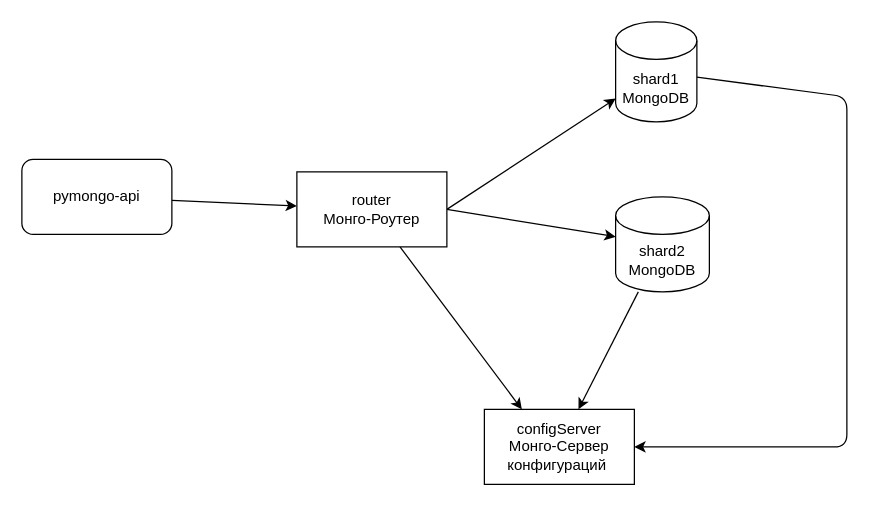
Before: diagramms/1 sharding.drawio in theotheo/yandex-software-architecture-sprint-2, a draw.io diagram. Source tidied: cells renumbered, new cells numbered last; positions are measured from the earlier drawing's top-left corner, leaving out a move shared by most shapes. Both pictures are drawn from the tidied source at 125%, with x=0, y=0 at pixel (21, 21).
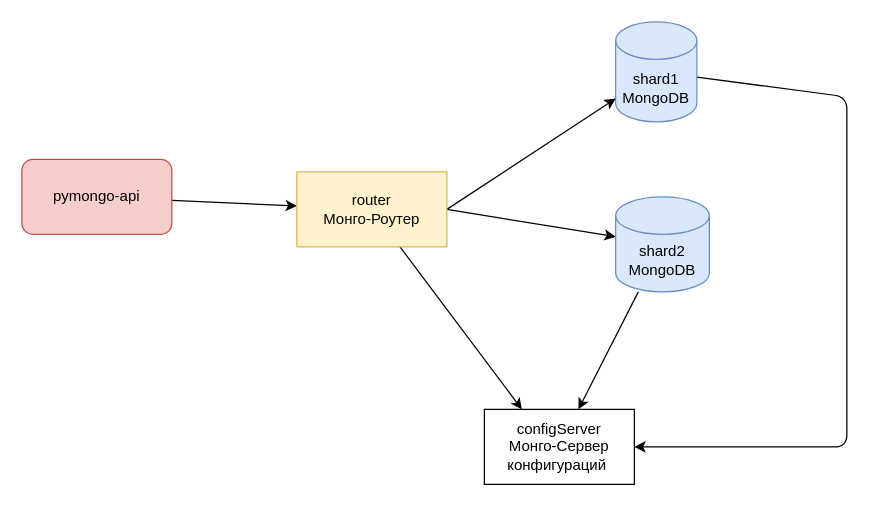
After the change.

Diff of the diagram source:
```diff
@@
 <mxGraphModel>
   <root>
     <mxCell id="0" />
     <mxCell id="1" parent="0" />
     <mxCell id="2" style="edgeStyle=none;html=1;strokeColor=default;" parent="1" edge="1" source="3" target="12">
       <mxGeometry relative="1" as="geometry">
         <Array as="points">
           <mxPoint x="660" y="60" />
           <mxPoint x="660" y="340" />
         </Array>
       </mxGeometry>
     </mxCell>
-    <mxCell id="3" value="shard1 MongoDB" style="shape=cylinder3;whiteSpace=wrap;html=1;boundedLbl=1;backgroundOutline=1;size=15;" parent="1" vertex="1">
+    <mxCell id="3" value="shard1 MongoDB" style="shape=cylinder3;whiteSpace=wrap;html=1;boundedLbl=1;backgroundOutline=1;size=15;fillColor=#dae8fc;strokeColor=#6c8ebf;" parent="1" vertex="1">
       <mxGeometry x="475" width="65" height="80" as="geometry" />
     </mxCell>
     <mxCell id="4" style="edgeStyle=none;html=1;" parent="1" edge="1" source="5" target="9">
       <mxGeometry relative="1" as="geometry" />
     </mxCell>
-    <mxCell id="5" value="pymongo-api" style="rounded=1;whiteSpace=wrap;html=1;" parent="1" vertex="1">
+    <mxCell id="5" value="pymongo-api" style="rounded=1;whiteSpace=wrap;html=1;fillColor=#f8cecc;strokeColor=#b85450;" parent="1" vertex="1">
       <mxGeometry y="110" width="120" height="60" as="geometry" />
     </mxCell>
     <mxCell id="6" style="edgeStyle=none;html=1;exitX=1;exitY=0.5;exitDx=0;exitDy=0;" parent="1" edge="1" source="9" target="3">
       <mxGeometry relative="1" as="geometry" />
     </mxCell>
     <mxCell id="7" style="edgeStyle=none;html=1;exitX=1;exitY=0.5;exitDx=0;exitDy=0;" parent="1" edge="1" source="9" target="11">
       <mxGeometry relative="1" as="geometry" />
     </mxCell>
     <mxCell id="8" style="edgeStyle=none;html=1;entryX=0.25;entryY=0;entryDx=0;entryDy=0;" parent="1" edge="1" source="9" target="12">
       <mxGeometry relative="1" as="geometry" />
     </mxCell>
-    <mxCell id="9" value="router&lt;br&gt;Монго-Роутер" style="rounded=0;whiteSpace=wrap;html=1;" parent="1" vertex="1">
+    <mxCell id="9" value="router&lt;br&gt;Монго-Роутер" style="rounded=0;whiteSpace=wrap;html=1;fillColor=#fff2cc;strokeColor=#d6b656;" parent="1" vertex="1">
       <mxGeometry x="220" y="120" width="120" height="60" as="geometry" />
     </mxCell>
     <mxCell id="10" style="edgeStyle=none;html=1;" parent="1" edge="1" source="11" target="12">
       <mxGeometry relative="1" as="geometry" />
     </mxCell>
-    <mxCell id="11" value="shard2 MongoDB" style="shape=cylinder3;whiteSpace=wrap;html=1;boundedLbl=1;backgroundOutline=1;size=15;" parent="1" vertex="1">
+    <mxCell id="11" value="shard2 MongoDB" style="shape=cylinder3;whiteSpace=wrap;html=1;boundedLbl=1;backgroundOutline=1;size=15;fillColor=#dae8fc;strokeColor=#6c8ebf;" parent="1" vertex="1">
       <mxGeometry x="475" y="140" width="75" height="76" as="geometry" />
     </mxCell>
     <mxCell id="12" value="configServer&lt;br&gt;Монго-Сервер конфигураций&amp;nbsp;" style="rounded=0;whiteSpace=wrap;html=1;" parent="1" vertex="1">
       <mxGeometry x="370" y="310" width="120" height="60" as="geometry" />
     </mxCell>
   </root>
 </mxGraphModel>
```
